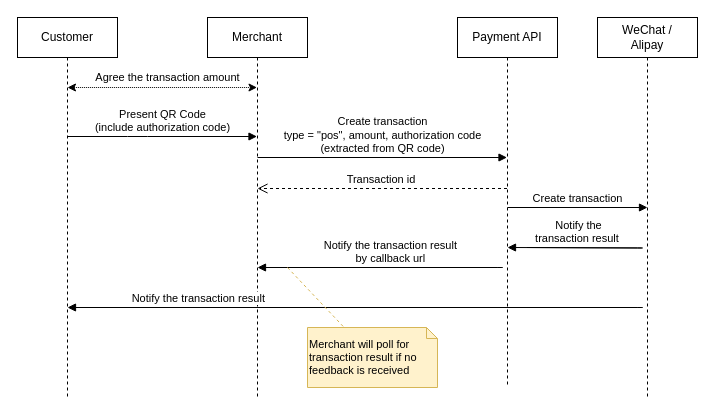
Earlier version of the draw.io diagram page "Customer Present QR Code" (1 of 4) of Payment Service.drawio (whalebig27/change-request-process-diagram). Source tidied: cells renumbered, new cells numbered last; positions are measured from the earlier drawing's top-left corner, leaving out a move shared by most shapes. Both pictures are drawn from the tidied source at 100%, with x=0, y=0 at pixel (17, 17).
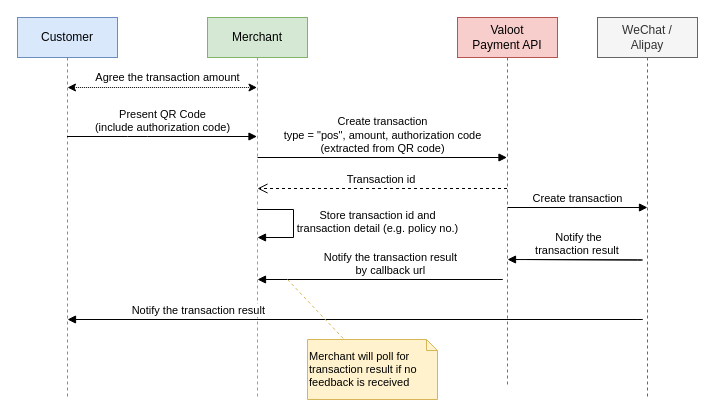
The same page after the edit.

What changed in the source:
```diff
@@
-    <mxCell id="2" value="Customer" style="shape=umlLifeline;perimeter=lifelinePerimeter;whiteSpace=wrap;html=1;" parent="1" vertex="1">
+    <mxCell id="2" value="Customer" style="shape=umlLifeline;perimeter=lifelinePerimeter;whiteSpace=wrap;html=1;fillColor=#dae8fc;strokeColor=#6c8ebf;" parent="1" vertex="1">
       <mxGeometry width="100" height="380" as="geometry" />
     </mxCell>
-    <mxCell id="3" value="Merchant" style="shape=umlLifeline;perimeter=lifelinePerimeter;whiteSpace=wrap;html=1;outlineConnect=0;" parent="1" vertex="1">
+    <mxCell id="3" value="Merchant" style="shape=umlLifeline;perimeter=lifelinePerimeter;whiteSpace=wrap;html=1;outlineConnect=0;fillColor=#d5e8d4;strokeColor=#82b366;" parent="1" vertex="1">
       <mxGeometry x="190" width="100" height="380" as="geometry" />
     </mxCell>
-    <mxCell id="4" value="Payment API" style="shape=umlLifeline;perimeter=lifelinePerimeter;whiteSpace=wrap;html=1;outlineConnect=0;" parent="1" vertex="1">
+    <mxCell id="4" value="Valoot&lt;br&gt;Payment API" style="shape=umlLifeline;perimeter=lifelinePerimeter;whiteSpace=wrap;html=1;outlineConnect=0;fillColor=#f8cecc;strokeColor=#b85450;" parent="1" vertex="1">
       <mxGeometry x="440" width="100" height="370" as="geometry" />
     </mxCell>
@@
-    <mxCell id="7" value="WeChat / &lt;br&gt;Alipay" style="shape=umlLifeline;perimeter=lifelinePerimeter;whiteSpace=wrap;html=1;" parent="1" vertex="1">
+    <mxCell id="7" value="WeChat / &lt;br&gt;Alipay" style="shape=umlLifeline;perimeter=lifelinePerimeter;whiteSpace=wrap;html=1;fillColor=#f5f5f5;strokeColor=#666666;fontColor=#333333;" parent="1" vertex="1">
       <mxGeometry x="580" width="100" height="380" as="geometry" />
     </mxCell>
@@
     <mxCell id="9" value="Notify the transaction result &lt;br&gt;&lt;div style=&quot;text-align: center&quot;&gt;by callback url&lt;/div&gt;" style="html=1;verticalAlign=bottom;endArrow=block;align=right;" parent="1" edge="1">
       <mxGeometry relative="1" as="geometry">
-        <mxPoint x="339.5" y="250" as="sourcePoint" />
-        <mxPoint x="240" y="250" as="targetPoint" />
+        <mxPoint x="339.5" y="262" as="sourcePoint" />
+        <mxPoint x="240" y="262" as="targetPoint" />
         <Array as="points">
-          <mxPoint x="490" y="250" />
+          <mxPoint x="490" y="262" />
         </Array>
       </mxGeometry>
     </mxCell>
     <mxCell id="10" value="Notify the &lt;br&gt;&lt;div style=&quot;text-align: center&quot;&gt;transaction&amp;nbsp;&lt;span style=&quot;text-align: center&quot;&gt;result&amp;nbsp;&lt;/span&gt;&lt;/div&gt;" style="html=1;verticalAlign=bottom;endArrow=block;align=center;" parent="1" edge="1">
       <mxGeometry x="-0.61" relative="1" as="geometry">
-        <mxPoint x="509.5" y="230" as="sourcePoint" />
-        <mxPoint x="490" y="230" as="targetPoint" />
+        <mxPoint x="509.5" y="242" as="sourcePoint" />
+        <mxPoint x="490" y="242" as="targetPoint" />
         <Array as="points">
-          <mxPoint x="630" y="230.5" />
+          <mxPoint x="630" y="242.5" />
         </Array>
         <mxPoint x="1" as="offset" />
       </mxGeometry>
     </mxCell>
     <mxCell id="11" value="Notify the transaction result&amp;nbsp;&lt;br&gt;" style="html=1;verticalAlign=bottom;endArrow=block;align=right;" parent="1" edge="1">
       <mxGeometry x="-0.81" relative="1" as="geometry">
-        <mxPoint x="149.5" y="290" as="sourcePoint" />
-        <mxPoint x="50" y="290" as="targetPoint" />
+        <mxPoint x="149.5" y="302" as="sourcePoint" />
+        <mxPoint x="50" y="302" as="targetPoint" />
         <Array as="points">
-          <mxPoint x="630" y="290" />
+          <mxPoint x="630" y="302" />
         </Array>
         <mxPoint x="1" as="offset" />
       </mxGeometry>
     </mxCell>
@@
     <mxCell id="13" value="Merchant will poll for transaction result if no feedback is received" style="shape=note;whiteSpace=wrap;html=1;size=11;verticalAlign=top;align=left;spacingTop=4;fontSize=11;fillColor=#fff2cc;strokeColor=#d6b656;" parent="1" vertex="1">
-      <mxGeometry x="290" y="310" width="130" height="60" as="geometry" />
+      <mxGeometry x="290" y="322" width="130" height="60" as="geometry" />
     </mxCell>
     <mxCell id="14" style="endArrow=none;dashed=1;html=1;fontSize=11;fillColor=#fff2cc;strokeColor=#d6b656;" parent="1" edge="1" target="13">
       <mxGeometry relative="1" as="geometry">
-        <mxPoint x="270" y="250" as="sourcePoint" />
+        <mxPoint x="270" y="262" as="sourcePoint" />
       </mxGeometry>
     </mxCell>
@@
+    <mxCell id="16" value="Store transaction id and &lt;br&gt;transaction detail (e.g. policy no.)" style="html=1;verticalAlign=bottom;endArrow=block;align=center;rounded=0;" parent="1" edge="1">
+      <mxGeometry x="0.28" y="-84" relative="1" as="geometry">
+        <mxPoint x="240" y="192" as="sourcePoint" />
+        <mxPoint x="240" y="220" as="targetPoint" />
+        <Array as="points">
+          <mxPoint x="276" y="192" />
+          <mxPoint x="276" y="220" />
+        </Array>
+        <mxPoint x="84" y="84" as="offset" />
+      </mxGeometry>
+    </mxCell>
```
